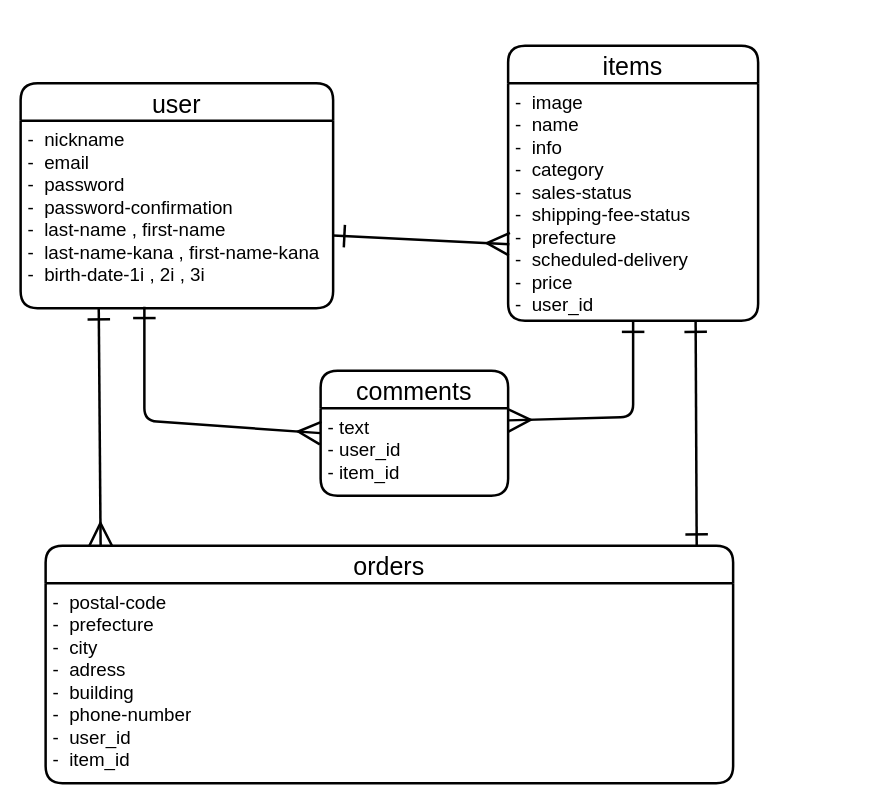
This is test.dio from hirona96/furima-37302, a draw.io file, before an edit. Source tidied: cells renumbered, new cells numbered last; positions are measured from the earlier drawing's top-left corner, leaving out a move shared by most shapes. Both pictures are drawn from the tidied source at 125%, with x=0, y=0 at pixel (20, 45).
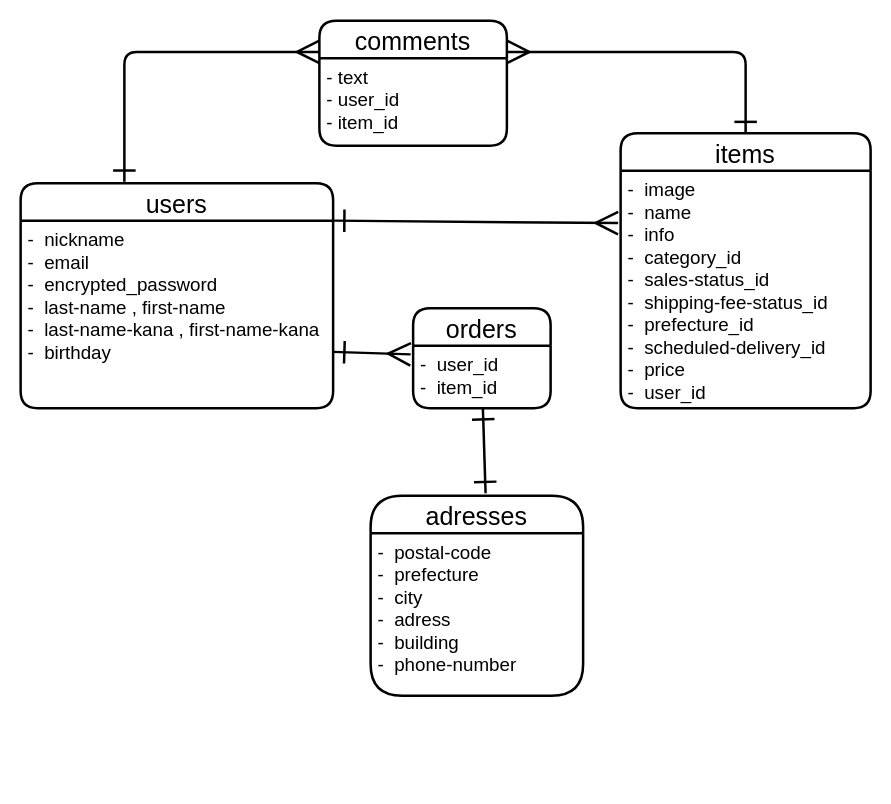
Above is the later version.

Commit message (it also covers changes not shown here):
ER図、READMEの修正1

Change to the diagram source:
```diff
@@
 <mxGraphModel>
   <root>
     <mxCell id="0" />
     <mxCell id="1" parent="0" />
-    <mxCell id="2" style="group;" parent="1" vertex="1">
-      <mxGeometry width="590" height="590" as="geometry" />
-    </mxCell>
-    <mxCell id="3" value="user" style="swimlane;horizontal=1;startSize=30;rounded=1;fontSize=20;fontStyle=0;strokeWidth=2;shadow=0;dashed=0;align=center;" parent="2" vertex="1">
-      <mxGeometry y="30" width="250" height="180" as="geometry" />
+    <mxCell id="3" value="users" style="swimlane;horizontal=1;startSize=30;rounded=1;fontSize=20;fontStyle=0;strokeWidth=2;shadow=0;dashed=0;align=center;" parent="1" vertex="1">
+      <mxGeometry y="110" width="250" height="180" as="geometry" />
     </mxCell>
-    <mxCell id="4" value="-  nickname     &#10;-  email    &#10;-  password  &#10;-  password-confirmation    &#10;-  last-name , first-name&#10;-  last-name-kana , first-name-kana  &#10;-  birth-date-1i , 2i , 3i&#10;" style="align=left;strokeColor=none;fillColor=none;spacingLeft=4;fontSize=15;verticalAlign=top;" parent="3" vertex="1">
+    <mxCell id="4" value="-  nickname     &#10;-  email    &#10;-  encrypted_password    &#10;-  last-name , first-name&#10;-  last-name-kana , first-name-kana  &#10;-  birthday&#10;" style="align=left;strokeColor=none;fillColor=none;spacingLeft=4;fontSize=15;verticalAlign=top;" parent="3" vertex="1">
       <mxGeometry y="30" width="250" height="150" as="geometry" />
     </mxCell>
-    <mxCell id="5" value="items" style="swimlane;horizontal=1;startSize=30;rounded=1;fontSize=20;fontStyle=0;strokeWidth=2;shadow=0;dashed=0;align=center;" parent="2" vertex="1">
-      <mxGeometry x="390" width="200" height="220" as="geometry" />
+    <mxCell id="5" value="items" style="swimlane;horizontal=1;startSize=30;rounded=1;fontSize=20;fontStyle=0;strokeWidth=2;shadow=0;dashed=0;align=center;" parent="1" vertex="1">
+      <mxGeometry x="480" y="70" width="200" height="220" as="geometry" />
     </mxCell>
-    <mxCell id="6" value="-  image&#10;-  name&#10;-  info&#10;-  category    &#10;-  sales-status&#10;-  shipping-fee-status&#10;-  prefecture   &#10;-  scheduled-delivery&#10;-  price&#10;-  user_id&#10;" style="align=left;strokeColor=none;fillColor=none;spacingLeft=4;fontSize=15;verticalAlign=top;" parent="5" vertex="1">
+    <mxCell id="6" value="-  image&#10;-  name&#10;-  info&#10;-  category_id    &#10;-  sales-status_id&#10;-  shipping-fee-status_id&#10;-  prefecture_id&#10;-  scheduled-delivery_id&#10;-  price&#10;-  user_id&#10;" style="align=left;strokeColor=none;fillColor=none;spacingLeft=4;fontSize=15;verticalAlign=top;" parent="5" vertex="1">
       <mxGeometry y="30" width="200" height="190" as="geometry" />
     </mxCell>
-    <mxCell id="7" value="comments" style="swimlane;horizontal=1;startSize=30;rounded=1;fontSize=20;fontStyle=0;strokeWidth=2;shadow=0;dashed=0;align=center;" parent="2" vertex="1">
-      <mxGeometry x="240" y="260" width="150" height="100" as="geometry" />
+    <mxCell id="7" value="comments" style="swimlane;horizontal=1;startSize=30;rounded=1;fontSize=20;fontStyle=0;strokeWidth=2;shadow=0;dashed=0;align=center;" parent="1" vertex="1">
+      <mxGeometry x="239" y="-20" width="150" height="100" as="geometry" />
     </mxCell>
     <mxCell id="8" value="- text&#10;- user_id&#10;- item_id" style="align=left;strokeColor=none;fillColor=none;spacingLeft=4;fontSize=15;verticalAlign=top;" parent="7" vertex="1">
       <mxGeometry y="30" width="150" height="70" as="geometry" />
     </mxCell>
-    <mxCell id="9" value="orders" style="swimlane;horizontal=1;startSize=30;rounded=1;fontSize=20;fontStyle=0;strokeWidth=2;shadow=0;dashed=0;align=center;" parent="2" vertex="1">
-      <mxGeometry x="20" y="400" width="550" height="190" as="geometry" />
+    <mxCell id="9" value="adresses" style="swimlane;horizontal=1;startSize=30;rounded=1;fontSize=20;fontStyle=0;strokeWidth=2;shadow=0;dashed=0;align=center;arcSize=28;" parent="1" vertex="1">
+      <mxGeometry x="280" y="360" width="170" height="160" as="geometry" />
     </mxCell>
-    <mxCell id="10" value="-  postal-code&#10;-  prefecture&#10;-  city&#10;-  adress &#10;-  building&#10;-  phone-number&#10;-  user_id&#10;-  item_id" style="align=left;strokeColor=none;fillColor=none;spacingLeft=4;fontSize=15;verticalAlign=top;" parent="9" vertex="1">
-      <mxGeometry y="30" width="550" height="160" as="geometry" />
+    <mxCell id="10" value="-  postal-code&#10;-  prefecture&#10;-  city&#10;-  adress &#10;-  building&#10;-  phone-number&#10;&#10;" style="align=left;strokeColor=none;fillColor=none;spacingLeft=4;fontSize=15;verticalAlign=top;" parent="9" vertex="1">
+      <mxGeometry y="30" width="170" height="130" as="geometry" />
     </mxCell>
-    <mxCell id="11" style="edgeStyle=none;html=1;fontSize=20;startArrow=ERone;startFill=0;endArrow=ERmany;endFill=0;verticalAlign=middle;strokeWidth=2;endSize=15;startSize=15;exitX=0.5;exitY=1;exitDx=0;exitDy=0;entryX=1;entryY=0.14;entryDx=0;entryDy=0;entryPerimeter=0;" parent="2" edge="1" source="6" target="8">
-      <mxGeometry relative="1" as="geometry">
+    <mxCell id="11" style="edgeStyle=none;html=1;fontSize=20;startArrow=ERone;startFill=0;endArrow=ERmany;endFill=0;verticalAlign=middle;strokeWidth=2;endSize=15;startSize=15;exitX=0.5;exitY=0;exitDx=0;exitDy=0;entryX=1;entryY=0.25;entryDx=0;entryDy=0;" parent="1" edge="1" source="5" target="7">
+      <mxGeometry x="100" y="40" as="geometry">
         <Array as="points">
-          <mxPoint x="490" y="297" />
+          <mxPoint x="580" y="5" />
         </Array>
       </mxGeometry>
     </mxCell>
-    <mxCell id="12" style="edgeStyle=none;html=1;entryX=0;entryY=0.5;entryDx=0;entryDy=0;fontSize=20;startArrow=ERone;startFill=0;endArrow=ERmany;endFill=0;verticalAlign=middle;strokeWidth=2;endSize=15;startSize=15;exitX=0.396;exitY=0.993;exitDx=0;exitDy=0;exitPerimeter=0;" parent="2" edge="1" source="4" target="7">
-      <mxGeometry relative="1" as="geometry">
+    <mxCell id="12" style="edgeStyle=none;html=1;entryX=0;entryY=0.25;entryDx=0;entryDy=0;fontSize=20;startArrow=ERone;startFill=0;endArrow=ERmany;endFill=0;verticalAlign=middle;strokeWidth=2;endSize=15;startSize=15;exitX=0.332;exitY=-0.006;exitDx=0;exitDy=0;exitPerimeter=0;" parent="1" edge="1" source="3" target="7">
+      <mxGeometry x="100" y="40" as="geometry">
         <Array as="points">
-          <mxPoint x="99" y="300" />
+          <mxPoint x="83" y="5" />
         </Array>
       </mxGeometry>
     </mxCell>
-    <mxCell id="13" style="edgeStyle=none;html=1;fontSize=20;startArrow=ERone;startFill=0;endArrow=ERmany;endFill=0;verticalAlign=middle;strokeWidth=2;endSize=15;startSize=15;entryX=0.005;entryY=0.678;entryDx=0;entryDy=0;entryPerimeter=0;exitX=1;exitY=0.613;exitDx=0;exitDy=0;exitPerimeter=0;" parent="2" edge="1" source="4" target="6">
-      <mxGeometry relative="1" as="geometry" />
+    <mxCell id="13" style="edgeStyle=none;html=1;fontSize=20;startArrow=ERone;startFill=0;endArrow=ERmany;endFill=0;verticalAlign=middle;strokeWidth=2;endSize=15;startSize=15;entryX=-0.01;entryY=0.221;entryDx=0;entryDy=0;entryPerimeter=0;exitX=1;exitY=0;exitDx=0;exitDy=0;" parent="1" edge="1" source="4" target="6">
+      <mxGeometry x="100" y="40" as="geometry" />
     </mxCell>
-    <mxCell id="14" style="edgeStyle=none;html=1;fontSize=20;startArrow=ERone;startFill=0;endArrow=ERmany;endFill=0;verticalAlign=middle;strokeWidth=2;endSize=15;startSize=15;exitX=0.25;exitY=1;exitDx=0;exitDy=0;entryX=0.08;entryY=0;entryDx=0;entryDy=0;entryPerimeter=0;" parent="2" edge="1" source="4" target="9">
-      <mxGeometry relative="1" as="geometry" />
-    </mxCell>
-    <mxCell id="15" style="edgeStyle=none;html=1;fontSize=20;startArrow=ERone;startFill=0;endArrow=ERone;endFill=0;verticalAlign=middle;strokeWidth=2;endSize=15;startSize=15;exitX=0.75;exitY=1;exitDx=0;exitDy=0;entryX=0.947;entryY=0;entryDx=0;entryDy=0;entryPerimeter=0;" parent="2" edge="1" source="6" target="9">
-      <mxGeometry relative="1" as="geometry" />
-    </mxCell>
+    <mxCell id="16" value="orders" style="swimlane;horizontal=1;startSize=30;rounded=1;fontSize=20;fontStyle=0;strokeWidth=2;shadow=0;dashed=0;align=center;" parent="1" vertex="1">
+      <mxGeometry x="314" y="210" width="110" height="80" as="geometry" />
+    </mxCell>
+    <mxCell id="17" value="-  user_id&#10;-  item_id" style="align=left;strokeColor=none;fillColor=none;spacingLeft=4;fontSize=15;verticalAlign=top;" parent="16" vertex="1">
+      <mxGeometry y="30" width="110" height="50" as="geometry" />
+    </mxCell>
+    <mxCell id="18" style="edgeStyle=none;html=1;fontSize=20;startArrow=ERone;startFill=0;endArrow=ERmany;endFill=0;verticalAlign=middle;strokeWidth=2;endSize=15;startSize=15;entryX=-0.018;entryY=0.14;entryDx=0;entryDy=0;entryPerimeter=0;exitX=1;exitY=0.7;exitDx=0;exitDy=0;exitPerimeter=0;" parent="1" edge="1" source="4" target="17">
+      <mxGeometry x="110" y="50" as="geometry" />
+    </mxCell>
+    <mxCell id="19" style="edgeStyle=none;html=1;entryX=0.541;entryY=-0.012;entryDx=0;entryDy=0;entryPerimeter=0;fontSize=15;startArrow=ERone;startFill=0;endArrow=ERone;endFill=0;startSize=15;endSize=15;strokeWidth=2;verticalAlign=middle;" parent="1" edge="1" source="17" target="9">
+      <mxGeometry relative="1" as="geometry" />
+    </mxCell>
   </root>
 </mxGraphModel>
```
